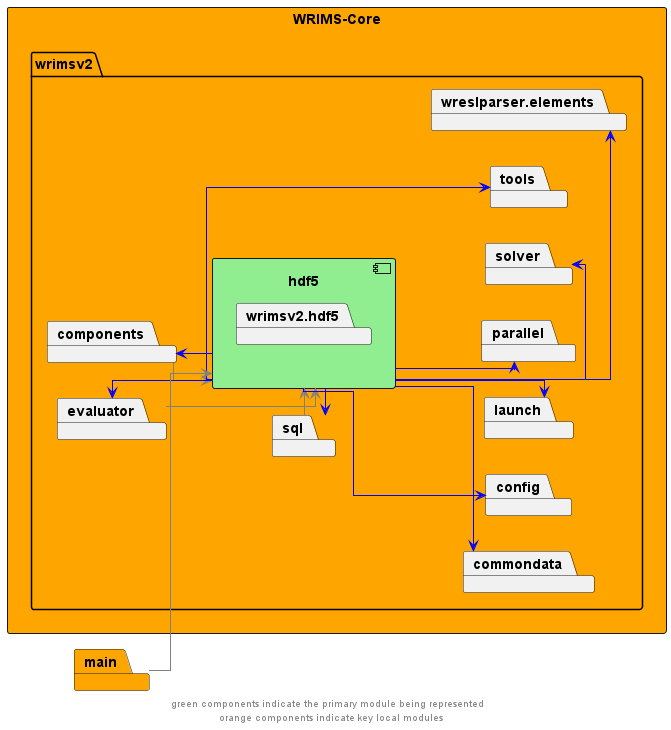
The PlantUML diagram docs/diagrams/wrims-core/wrims-core_hdf5.png in CentralValleyModeling/wrims, before a commit.
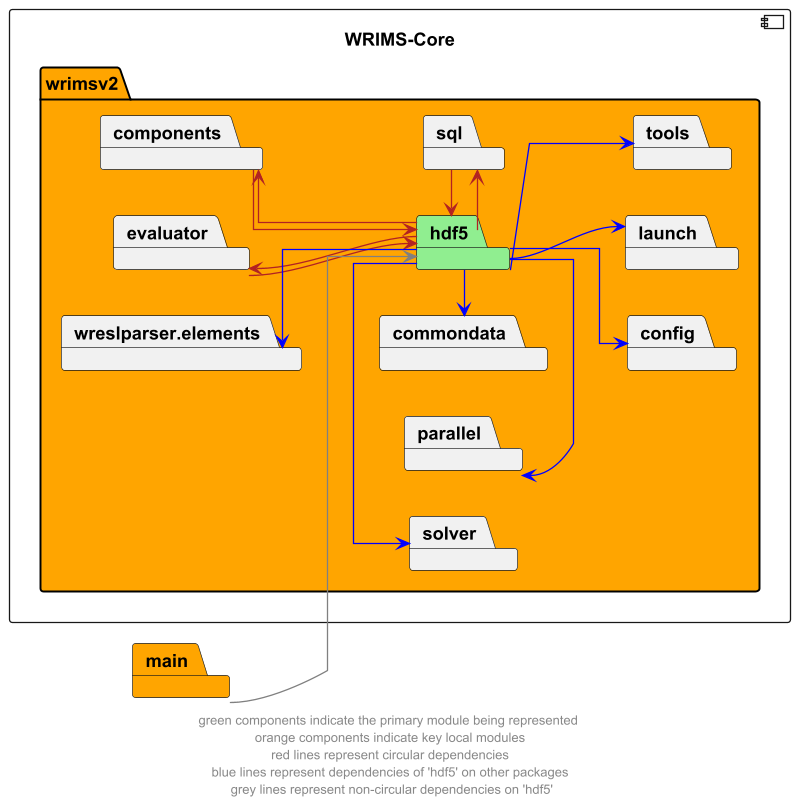
The same diagram one commit later.

What changed in the source:
```diff
@@ -2,13 +2,9 @@
 left to right direction
 skinparam linetype ortho
 
-rectangle wrims_core as "WRIMS-Core" #orange {
-        package wrimsv2{
-            package hdf5 {
-                component hdf5 #lightgreen {
-                    package wrimsv2.hdf5
-                }
-            }
+component wrims_core as "WRIMS-Core" {
+    package wrimsv2 #orange {
+        package hdf5 #lightgreen
         package commondata
         package components
         package config
@@ -23,22 +19,22 @@
 }
 package main #orange
 
-hdf5 -left->  components #blue
-components -->  hdf5 #grey
-hdf5 -left->  evaluator #blue
-evaluator -->  hdf5 #grey
-sql -left->  hdf5 #grey
-hdf5 -right->  sql #blue
+hdf5 -left->  components #firebrick
+components -->  hdf5 #firebrick
+hdf5 -left->  evaluator #firebrick
+evaluator -->  hdf5 #firebrick
+sql -left->  hdf5 #firebrick
+hdf5 -right->  sql #firebrick
 
-hdf5 -->  commondata #blue
+hdf5 -l->  commondata #blue
 hdf5 -->  config #blue
 hdf5 -->  launch #blue
-hdf5 -->  parallel #blue
-hdf5 -->  solver #blue
+hdf5 -l->  parallel #blue
+hdf5 -l->  solver #blue
 hdf5 -->  tools #blue
-hdf5 -->  wreslparser.elements #blue
+hdf5 -u->  wreslparser.elements #blue
 main --> hdf5 #grey
 
 
-footer "green components indicate the primary module being represented \n orange components indicate key local modules"
+footer "green components indicate the primary module being represented \n orange components indicate key local modules \n red lines represent circular dependencies \n blue lines represent dependencies of 'hdf5' on other packages \n grey lines represent non-circular dependencies on 'hdf5'"
 @enduml
```
